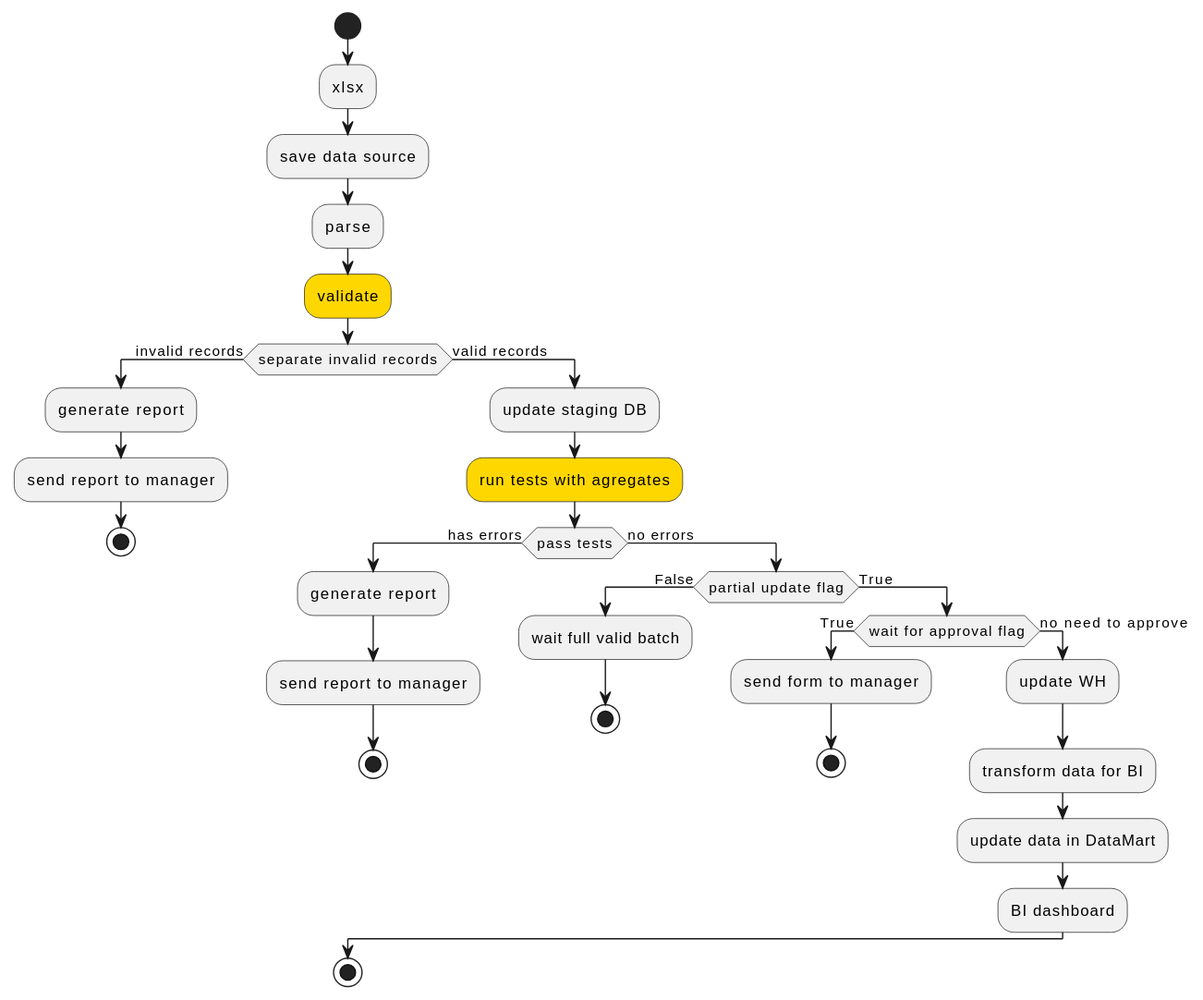
Before: diagrams/DAG_example.svg, a diagram exported from PlantUML (etlteam/docs).
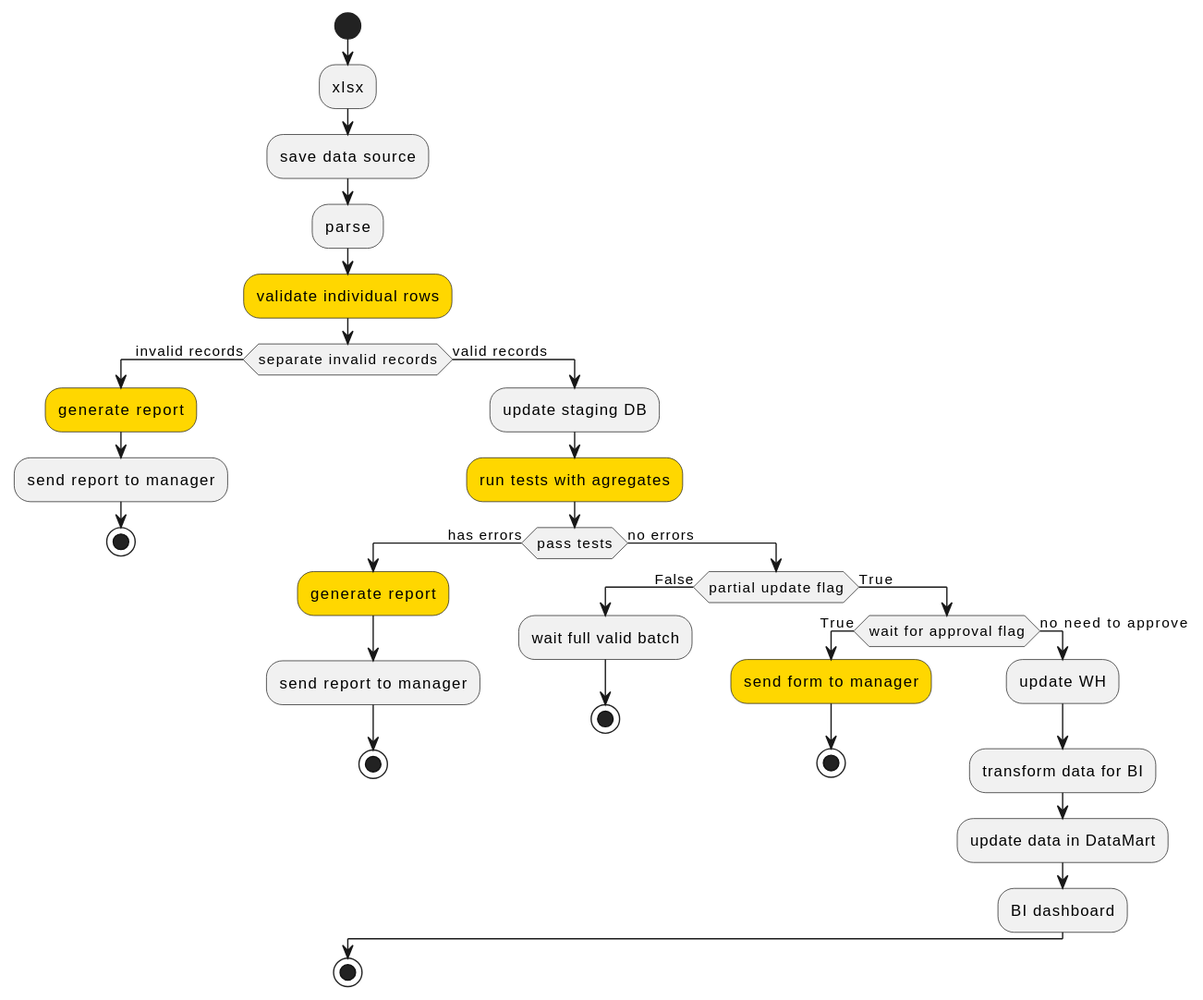
The same file after the commit.

The edit, as a diff of the source:
```diff
@@ -3,16 +3,16 @@
 :xlsx;
 :save data source;
 :parse;
-#gold:validate;
+#gold:validate individual rows;
 if (separate invalid records) then (invalid records)
-	:generate report;
+	#gold:generate report;
 	:send report to manager;
 	stop
 else (valid records)
 	:update staging DB;
 	#gold:run tests with agregates;
 	if (pass tests) then (has errors)
-		:generate report;
+		#gold:generate report;
 		:send report to manager;
 		stop
 	else (no errors)
@@ -21,7 +21,7 @@
 			stop
 		else (True)
 			if (wait for approval flag) then (True)
-				:send form to manager;
+				#gold:send form to manager;
 				stop
 			else (no need to approve)
 				:update WH;
```
